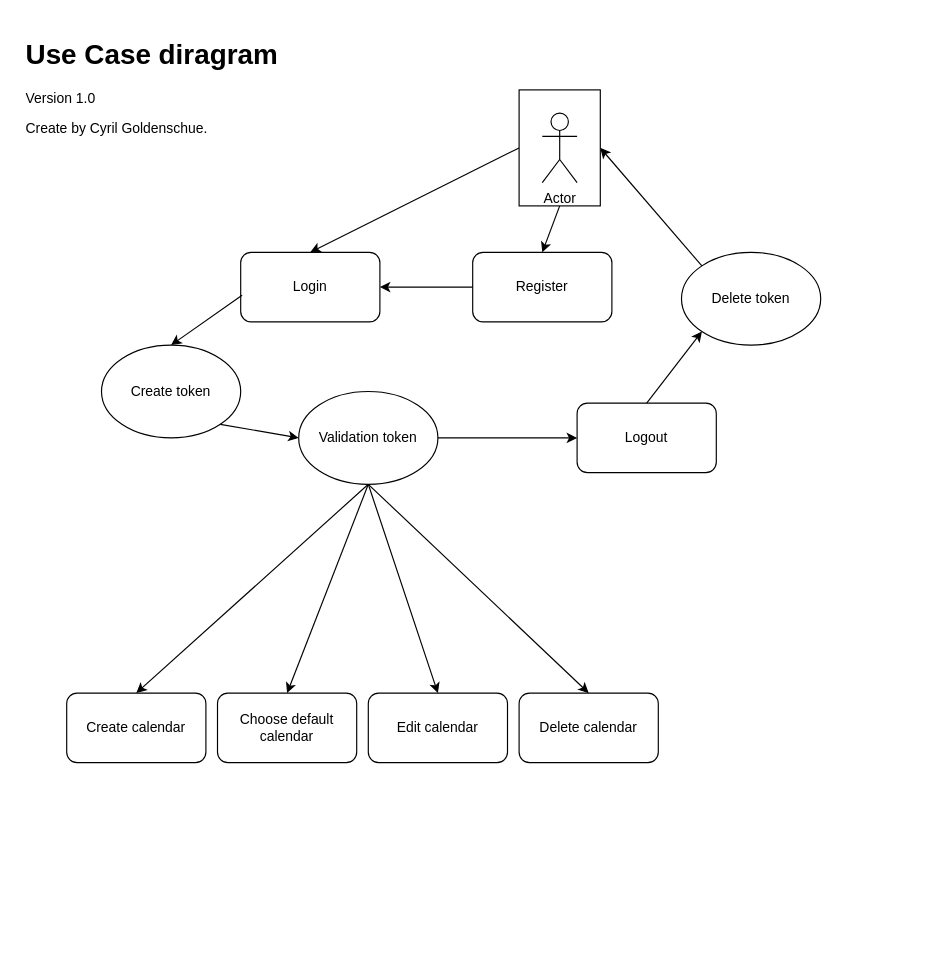
Above: documentation/database/UseCase_CRUD.drawio in MathieuBurnat/tech_calendar (draw.io), before the change. Source tidied: cells renumbered, new cells numbered last; positions are measured from the earlier drawing's top-left corner, leaving out a move shared by most shapes. Both pictures are drawn from the tidied source at 116%, with x=0, y=0 at pixel (20, 31).
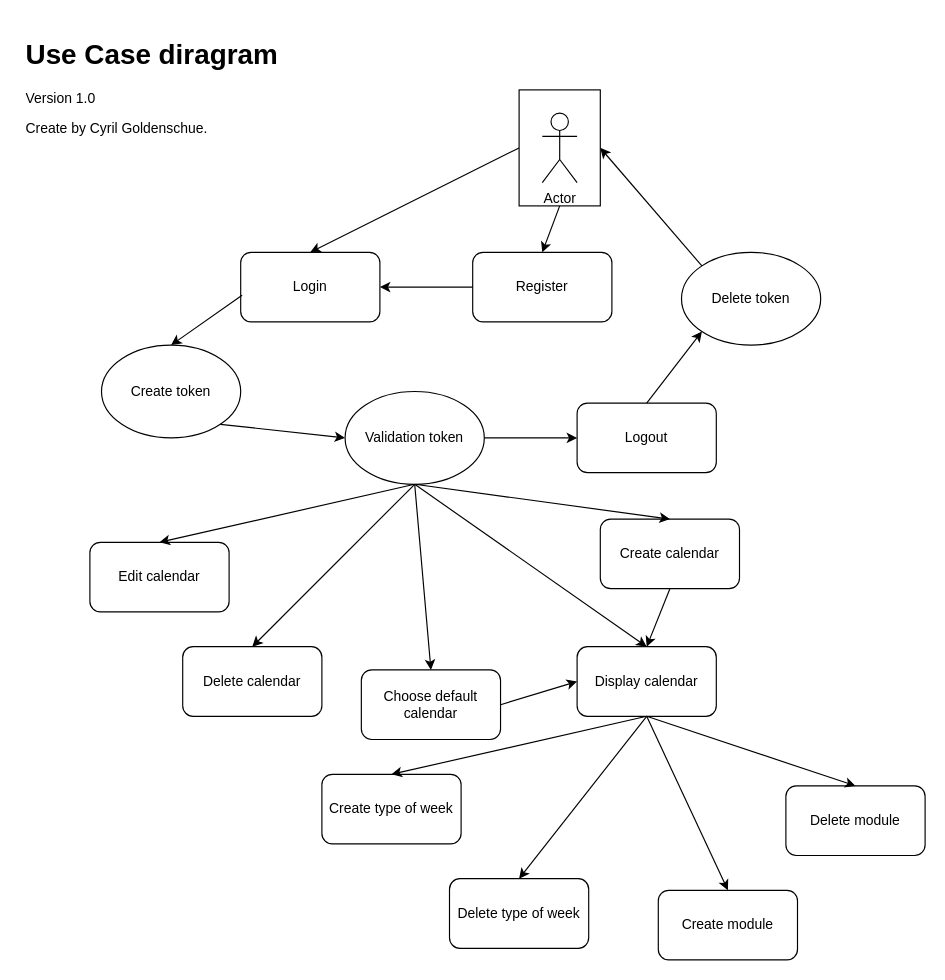
The same diagram, later.

Commit message (it also covers changes not shown here):
Add preview to editType of week and update diagram

The edit, as a diff of the source:
```diff
@@
     <mxCell id="8" value="Create calendar" style="rounded=1;whiteSpace=wrap;html=1;" parent="1" vertex="1">
-      <mxGeometry x="40" y="570" width="120" height="60" as="geometry" />
+      <mxGeometry x="500" y="420" width="120" height="60" as="geometry" />
     </mxCell>
@@
     <mxCell id="10" value="Choose default calendar" style="rounded=1;whiteSpace=wrap;html=1;" parent="1" vertex="1">
-      <mxGeometry x="170" y="570" width="120" height="60" as="geometry" />
+      <mxGeometry x="294" y="550" width="120" height="60" as="geometry" />
     </mxCell>
@@
     <mxCell id="13" value="Delete calendar" style="rounded=1;whiteSpace=wrap;html=1;" parent="1" vertex="1">
-      <mxGeometry x="430" y="570" width="120" height="60" as="geometry" />
+      <mxGeometry x="140" y="530" width="120" height="60" as="geometry" />
     </mxCell>
     <mxCell id="14" value="Edit calendar" style="rounded=1;whiteSpace=wrap;html=1;" parent="1" vertex="1">
-      <mxGeometry x="300" y="570" width="120" height="60" as="geometry" />
+      <mxGeometry x="60" y="440" width="120" height="60" as="geometry" />
     </mxCell>
@@
     <mxCell id="16" value="Validation token" style="ellipse;whiteSpace=wrap;html=1;" parent="1" vertex="1">
-      <mxGeometry x="240" y="310" width="120" height="80" as="geometry" />
+      <mxGeometry x="280" y="310" width="120" height="80" as="geometry" />
     </mxCell>
@@
-    <mxCell id="25" style="endArrow=classic;html=1;exitX=0.5;exitY=1;exitDx=0;exitDy=0;" parent="1" edge="1" source="16">
-      <mxGeometry relative="1" as="geometry">
-        <mxPoint x="360" y="570" as="targetPoint" />
-      </mxGeometry>
+    <mxCell id="25" style="endArrow=classic;html=1;exitX=0.5;exitY=1;exitDx=0;exitDy=0;entryX=0.5;entryY=0;entryDx=0;entryDy=0;" parent="1" edge="1" source="16" target="14">
+      <mxGeometry relative="1" as="geometry" />
     </mxCell>
@@
+    <mxCell id="28" value="Display calendar" style="rounded=1;whiteSpace=wrap;html=1;" parent="1" vertex="1">
+      <mxGeometry x="480" y="530" width="120" height="60" as="geometry" />
+    </mxCell>
+    <mxCell id="29" style="endArrow=classic;html=1;entryX=0.5;entryY=0;entryDx=0;entryDy=0;exitX=0.5;exitY=1;exitDx=0;exitDy=0;" parent="1" edge="1" source="16" target="28">
+      <mxGeometry relative="1" as="geometry" />
+    </mxCell>
+    <mxCell id="30" value="Create type of week" style="rounded=1;whiteSpace=wrap;html=1;" parent="1" vertex="1">
+      <mxGeometry x="260" y="640" width="120" height="60" as="geometry" />
+    </mxCell>
+    <mxCell id="31" value="Delete type of week" style="rounded=1;whiteSpace=wrap;html=1;" parent="1" vertex="1">
+      <mxGeometry x="370" y="730" width="120" height="60" as="geometry" />
+    </mxCell>
+    <mxCell id="32" value="Create module" style="rounded=1;whiteSpace=wrap;html=1;" parent="1" vertex="1">
+      <mxGeometry x="550" y="740" width="120" height="60" as="geometry" />
+    </mxCell>
+    <mxCell id="33" value="Delete module" style="rounded=1;whiteSpace=wrap;html=1;" parent="1" vertex="1">
+      <mxGeometry x="660" y="650" width="120" height="60" as="geometry" />
+    </mxCell>
+    <mxCell id="34" style="endArrow=classic;html=1;exitX=0.5;exitY=1;exitDx=0;exitDy=0;entryX=0.5;entryY=0;entryDx=0;entryDy=0;" parent="1" edge="1" source="28" target="30">
+      <mxGeometry relative="1" as="geometry" />
+    </mxCell>
+    <mxCell id="35" style="endArrow=classic;html=1;exitX=0.5;exitY=1;exitDx=0;exitDy=0;entryX=0.5;entryY=0;entryDx=0;entryDy=0;" parent="1" edge="1" source="28" target="33">
+      <mxGeometry relative="1" as="geometry" />
+    </mxCell>
+    <mxCell id="36" style="endArrow=classic;html=1;exitX=0.5;exitY=1;exitDx=0;exitDy=0;entryX=0.5;entryY=0;entryDx=0;entryDy=0;" parent="1" edge="1" source="28" target="32">
+      <mxGeometry relative="1" as="geometry" />
+    </mxCell>
+    <mxCell id="37" style="endArrow=classic;html=1;entryX=0.5;entryY=0;entryDx=0;entryDy=0;exitX=0.5;exitY=1;exitDx=0;exitDy=0;" parent="1" edge="1" source="28" target="31">
+      <mxGeometry relative="1" as="geometry" />
+    </mxCell>
+    <mxCell id="38" style="endArrow=classic;html=1;exitX=1;exitY=0.5;exitDx=0;exitDy=0;entryX=0;entryY=0.5;entryDx=0;entryDy=0;" parent="1" edge="1" source="10" target="28">
+      <mxGeometry relative="1" as="geometry" />
+    </mxCell>
+    <mxCell id="39" style="endArrow=classic;html=1;exitX=0.5;exitY=1;exitDx=0;exitDy=0;entryX=0.5;entryY=0;entryDx=0;entryDy=0;" parent="1" edge="1" source="8" target="28">
+      <mxGeometry relative="1" as="geometry" />
+    </mxCell>
```
